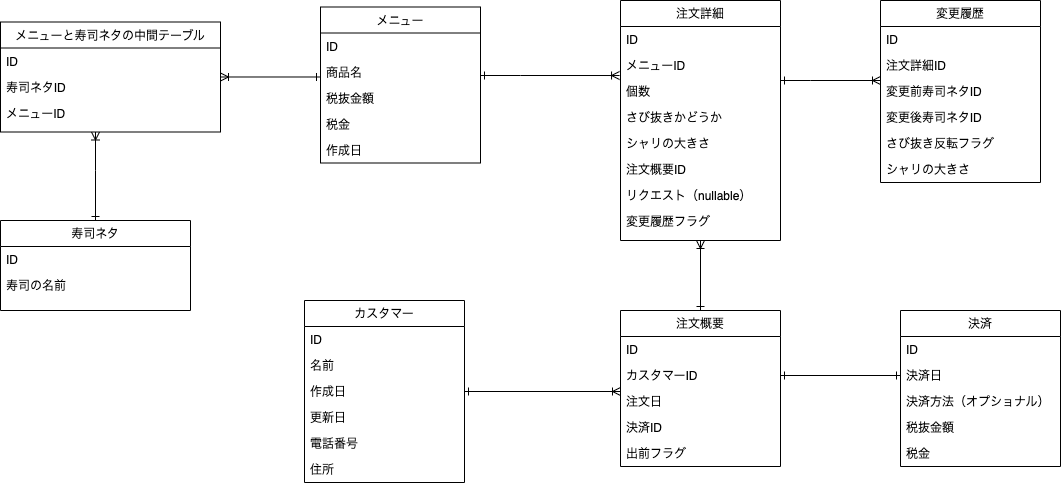
Earlier version of the draw.io export db/reconsideration/DB1 Diagram.drawio.png (yuikoito/PrAhaChallenge). Source tidied: cells renumbered, new cells last; positions are measured from the earlier drawing's top-left corner, leaving out a move shared by most shapes. The source it was exported from:
```xml
<mxGraphModel>
  <root>
    <mxCell id="0" />
    <mxCell id="1" parent="0" />
    <mxCell id="2" style="edgeStyle=orthogonalEdgeStyle;rounded=0;jettySize=auto;html=1;entryX=-0.006;entryY=0.885;entryDx=0;entryDy=0;entryPerimeter=0;startArrow=ERone;startFill=0;endArrow=ERoneToMany;endFill=0;" parent="1" edge="1" source="3" target="20">
      <mxGeometry relative="1" as="geometry">
        <Array as="points">
          <mxPoint x="520" y="75" />
          <mxPoint x="520" y="75" />
        </Array>
      </mxGeometry>
    </mxCell>
    <mxCell id="3" value="メニュー" style="swimlane;fontStyle=0;align=center;verticalAlign=top;horizontal=1;startSize=26;rounded=0;shadow=0;strokeWidth=1;" parent="1" vertex="1">
      <mxGeometry x="320" y="6.5" width="160" height="156" as="geometry" />
    </mxCell>
    <mxCell id="4" value="ID" style="text;align=left;verticalAlign=top;spacingLeft=4;spacingRight=4;overflow=hidden;" parent="3" vertex="1">
      <mxGeometry y="26" width="160" height="26" as="geometry" />
    </mxCell>
    <mxCell id="5" value="商品名" style="text;align=left;verticalAlign=top;spacingLeft=4;spacingRight=4;overflow=hidden;rounded=0;shadow=0;html=0;" parent="3" vertex="1">
      <mxGeometry y="52" width="160" height="26" as="geometry" />
    </mxCell>
    <mxCell id="6" value="税抜金額" style="text;align=left;verticalAlign=top;spacingLeft=4;spacingRight=4;overflow=hidden;rounded=0;shadow=0;html=0;" parent="3" vertex="1">
      <mxGeometry y="78" width="160" height="26" as="geometry" />
    </mxCell>
    <mxCell id="7" value="税金" style="text;align=left;verticalAlign=top;spacingLeft=4;spacingRight=4;overflow=hidden;rounded=0;shadow=0;html=0;" parent="3" vertex="1">
      <mxGeometry y="104" width="160" height="26" as="geometry" />
    </mxCell>
    <mxCell id="8" value="作成日" style="text;align=left;verticalAlign=top;spacingLeft=4;spacingRight=4;overflow=hidden;rounded=0;shadow=0;html=0;" parent="3" vertex="1">
      <mxGeometry y="130" width="160" height="26" as="geometry" />
    </mxCell>
    <mxCell id="9" style="edgeStyle=orthogonalEdgeStyle;rounded=0;jettySize=auto;html=1;startArrow=ERone;startFill=0;endArrow=ERoneToMany;endFill=0;" parent="1" edge="1" source="10" target="33">
      <mxGeometry relative="1" as="geometry">
        <Array as="points">
          <mxPoint x="403" y="318" />
          <mxPoint x="403" y="318" />
        </Array>
      </mxGeometry>
    </mxCell>
    <mxCell id="10" value="カスタマー" style="swimlane;fontStyle=0;align=center;verticalAlign=top;horizontal=1;startSize=26;rounded=0;shadow=0;strokeWidth=1;" parent="1" vertex="1">
      <mxGeometry x="304" y="300" width="160" height="182" as="geometry" />
    </mxCell>
    <mxCell id="11" value="ID" style="text;align=left;verticalAlign=top;spacingLeft=4;spacingRight=4;overflow=hidden;" parent="10" vertex="1">
      <mxGeometry y="26" width="160" height="26" as="geometry" />
    </mxCell>
    <mxCell id="12" value="名前" style="text;align=left;verticalAlign=top;spacingLeft=4;spacingRight=4;overflow=hidden;rounded=0;shadow=0;html=0;" parent="10" vertex="1">
      <mxGeometry y="52" width="160" height="26" as="geometry" />
    </mxCell>
    <mxCell id="13" value="作成日" style="text;align=left;verticalAlign=top;spacingLeft=4;spacingRight=4;overflow=hidden;" parent="10" vertex="1">
      <mxGeometry y="78" width="160" height="26" as="geometry" />
    </mxCell>
    <mxCell id="14" value="更新日" style="text;align=left;verticalAlign=top;spacingLeft=4;spacingRight=4;overflow=hidden;" parent="10" vertex="1">
      <mxGeometry y="104" width="160" height="26" as="geometry" />
    </mxCell>
    <mxCell id="15" value="電話番号" style="text;align=left;verticalAlign=top;spacingLeft=4;spacingRight=4;overflow=hidden;" parent="10" vertex="1">
      <mxGeometry y="130" width="160" height="26" as="geometry" />
    </mxCell>
    <mxCell id="16" value="住所" style="text;align=left;verticalAlign=top;spacingLeft=4;spacingRight=4;overflow=hidden;" parent="10" vertex="1">
      <mxGeometry y="156" width="160" height="26" as="geometry" />
    </mxCell>
    <mxCell id="17" style="edgeStyle=orthogonalEdgeStyle;rounded=0;jettySize=auto;html=1;exitX=0.5;exitY=1;exitDx=0;exitDy=0;entryX=0.5;entryY=0;entryDx=0;entryDy=0;startArrow=ERoneToMany;startFill=0;endArrow=ERone;endFill=0;" parent="1" edge="1" source="18" target="33">
      <mxGeometry relative="1" as="geometry" />
    </mxCell>
    <mxCell id="18" value="注文詳細" style="swimlane;fontStyle=0;align=center;verticalAlign=top;horizontal=1;startSize=26;rounded=0;shadow=0;strokeWidth=1;" parent="1" vertex="1">
      <mxGeometry x="620" width="160" height="240" as="geometry" />
    </mxCell>
    <mxCell id="19" value="ID" style="text;align=left;verticalAlign=top;spacingLeft=4;spacingRight=4;overflow=hidden;" parent="18" vertex="1">
      <mxGeometry y="26" width="160" height="26" as="geometry" />
    </mxCell>
    <mxCell id="20" value="メニューID" style="text;align=left;verticalAlign=top;spacingLeft=4;spacingRight=4;overflow=hidden;points=[[0,0.5],[1,0.5]];portConstraint=eastwest;rounded=0;shadow=0;html=0;" parent="18" vertex="1">
      <mxGeometry y="52" width="160" height="26" as="geometry" />
    </mxCell>
    <mxCell id="21" value="個数" style="text;align=left;verticalAlign=top;spacingLeft=4;spacingRight=4;overflow=hidden;rounded=0;shadow=0;html=0;" parent="18" vertex="1">
      <mxGeometry y="78" width="160" height="26" as="geometry" />
    </mxCell>
    <mxCell id="22" value="さび抜きかどうか" style="text;align=left;verticalAlign=top;spacingLeft=4;spacingRight=4;overflow=hidden;rounded=0;shadow=0;html=0;" parent="18" vertex="1">
      <mxGeometry y="104" width="160" height="26" as="geometry" />
    </mxCell>
    <mxCell id="23" value="シャリの大きさ" style="text;align=left;verticalAlign=top;spacingLeft=4;spacingRight=4;overflow=hidden;rounded=0;shadow=0;html=0;" parent="18" vertex="1">
      <mxGeometry y="130" width="160" height="26" as="geometry" />
    </mxCell>
    <mxCell id="24" value="注文概要ID" style="text;align=left;verticalAlign=top;spacingLeft=4;spacingRight=4;overflow=hidden;" parent="18" vertex="1">
      <mxGeometry y="156" width="160" height="26" as="geometry" />
    </mxCell>
    <mxCell id="25" value="リクエスト（nullable）" style="text;align=left;verticalAlign=top;spacingLeft=4;spacingRight=4;overflow=hidden;" parent="18" vertex="1">
      <mxGeometry y="182" width="160" height="26" as="geometry" />
    </mxCell>
    <mxCell id="26" value="変更履歴フラグ" style="text;align=left;verticalAlign=top;spacingLeft=4;spacingRight=4;overflow=hidden;" parent="18" vertex="1">
      <mxGeometry y="208" width="160" height="26" as="geometry" />
    </mxCell>
    <mxCell id="27" value="決済" style="swimlane;fontStyle=0;align=center;verticalAlign=top;horizontal=1;startSize=26;rounded=0;shadow=0;strokeWidth=1;" parent="1" vertex="1">
      <mxGeometry x="900" y="310" width="160" height="156" as="geometry" />
    </mxCell>
    <mxCell id="28" value="ID" style="text;align=left;verticalAlign=top;spacingLeft=4;spacingRight=4;overflow=hidden;" parent="27" vertex="1">
      <mxGeometry y="26" width="160" height="26" as="geometry" />
    </mxCell>
    <mxCell id="29" value="決済日" style="text;align=left;verticalAlign=top;spacingLeft=4;spacingRight=4;overflow=hidden;points=[[0,0.5],[1,0.5]];portConstraint=eastwest;rounded=0;shadow=0;html=0;" parent="27" vertex="1">
      <mxGeometry y="52" width="160" height="26" as="geometry" />
    </mxCell>
    <mxCell id="30" value="決済方法（オプショナル）" style="text;align=left;verticalAlign=top;spacingLeft=4;spacingRight=4;overflow=hidden;rounded=0;shadow=0;html=0;" parent="27" vertex="1">
      <mxGeometry y="78" width="160" height="26" as="geometry" />
    </mxCell>
    <mxCell id="31" value="税抜金額" style="text;align=left;verticalAlign=top;spacingLeft=4;spacingRight=4;overflow=hidden;rounded=0;shadow=0;html=0;" parent="27" vertex="1">
      <mxGeometry y="104" width="160" height="26" as="geometry" />
    </mxCell>
    <mxCell id="32" value="税金" style="text;align=left;verticalAlign=top;spacingLeft=4;spacingRight=4;overflow=hidden;rounded=0;shadow=0;html=0;" parent="27" vertex="1">
      <mxGeometry y="130" width="160" height="26" as="geometry" />
    </mxCell>
    <mxCell id="33" value="注文概要" style="swimlane;fontStyle=0;align=center;verticalAlign=top;horizontal=1;startSize=26;rounded=0;shadow=0;strokeWidth=1;" parent="1" vertex="1">
      <mxGeometry x="620" y="310" width="160" height="156" as="geometry" />
    </mxCell>
    <mxCell id="34" value="ID" style="text;align=left;verticalAlign=top;spacingLeft=4;spacingRight=4;overflow=hidden;" parent="33" vertex="1">
      <mxGeometry y="26" width="160" height="26" as="geometry" />
    </mxCell>
    <mxCell id="35" value="カスタマーID" style="text;align=left;verticalAlign=top;spacingLeft=4;spacingRight=4;overflow=hidden;points=[[0,0.5],[1,0.5]];portConstraint=eastwest;rounded=0;shadow=0;html=0;" parent="33" vertex="1">
      <mxGeometry y="52" width="160" height="26" as="geometry" />
    </mxCell>
    <mxCell id="36" value="注文日&#10;" style="text;align=left;verticalAlign=top;spacingLeft=4;spacingRight=4;overflow=hidden;rounded=0;shadow=0;html=0;" parent="33" vertex="1">
      <mxGeometry y="78" width="160" height="26" as="geometry" />
    </mxCell>
    <mxCell id="37" value="決済ID" style="text;align=left;verticalAlign=top;spacingLeft=4;spacingRight=4;overflow=hidden;" parent="33" vertex="1">
      <mxGeometry y="104" width="160" height="26" as="geometry" />
    </mxCell>
    <mxCell id="38" value="出前フラグ" style="text;align=left;verticalAlign=top;spacingLeft=4;spacingRight=4;overflow=hidden;" parent="33" vertex="1">
      <mxGeometry y="130" width="160" height="26" as="geometry" />
    </mxCell>
    <mxCell id="39" style="edgeStyle=orthogonalEdgeStyle;rounded=0;jettySize=auto;html=1;exitX=1;exitY=0.5;exitDx=0;exitDy=0;startArrow=ERone;startFill=0;endArrow=ERone;endFill=0;" parent="1" edge="1" source="35" target="29">
      <mxGeometry relative="1" as="geometry" />
    </mxCell>
    <mxCell id="40" value="寿司ネタ" style="swimlane;fontStyle=0;align=center;verticalAlign=top;horizontal=1;startSize=26;rounded=0;shadow=0;strokeWidth=1;" parent="1" vertex="1">
      <mxGeometry y="220" width="190" height="90" as="geometry" />
    </mxCell>
    <mxCell id="41" value="ID" style="text;align=left;verticalAlign=top;spacingLeft=4;spacingRight=4;overflow=hidden;" parent="40" vertex="1">
      <mxGeometry y="26" width="190" height="26" as="geometry" />
    </mxCell>
    <mxCell id="42" value="寿司の名前" style="text;align=left;verticalAlign=top;spacingLeft=4;spacingRight=4;overflow=hidden;" parent="40" vertex="1">
      <mxGeometry y="52" width="190" height="28" as="geometry" />
    </mxCell>
    <mxCell id="43" style="edgeStyle=orthogonalEdgeStyle;rounded=0;jettySize=auto;html=1;entryX=0;entryY=-0.058;entryDx=0;entryDy=0;entryPerimeter=0;startArrow=ERoneToMany;startFill=0;endArrow=ERone;endFill=0;" parent="1" edge="1" source="45">
      <mxGeometry relative="1" as="geometry">
        <mxPoint x="320" y="76.5" as="targetPoint" />
      </mxGeometry>
    </mxCell>
    <mxCell id="44" style="edgeStyle=orthogonalEdgeStyle;rounded=0;jettySize=auto;html=1;startArrow=ERoneToMany;startFill=0;endArrow=ERone;endFill=0;" parent="1" edge="1" source="45" target="40">
      <mxGeometry relative="1" as="geometry">
        <Array as="points">
          <mxPoint x="95" y="170" />
          <mxPoint x="95" y="170" />
        </Array>
      </mxGeometry>
    </mxCell>
    <mxCell id="45" value="メニューと寿司ネタの中間テーブル" style="swimlane;fontStyle=0;align=center;verticalAlign=top;horizontal=1;startSize=26;rounded=0;shadow=0;strokeWidth=1;" parent="1" vertex="1">
      <mxGeometry y="21.5" width="220" height="110" as="geometry" />
    </mxCell>
    <mxCell id="46" value="ID" style="text;align=left;verticalAlign=top;spacingLeft=4;spacingRight=4;overflow=hidden;" parent="45" vertex="1">
      <mxGeometry y="26" width="220" height="26" as="geometry" />
    </mxCell>
    <mxCell id="47" value="寿司ネタID" style="text;align=left;verticalAlign=top;spacingLeft=4;spacingRight=4;overflow=hidden;" parent="45" vertex="1">
      <mxGeometry y="52" width="220" height="26" as="geometry" />
    </mxCell>
    <mxCell id="48" value="メニューID" style="text;align=left;verticalAlign=top;spacingLeft=4;spacingRight=4;overflow=hidden;" parent="45" vertex="1">
      <mxGeometry y="78" width="220" height="26" as="geometry" />
    </mxCell>
    <mxCell id="49" style="edgeStyle=orthogonalEdgeStyle;rounded=0;jettySize=auto;html=1;startArrow=ERoneToMany;startFill=0;endArrow=ERone;endFill=0;" parent="1" edge="1" source="50" target="18">
      <mxGeometry relative="1" as="geometry">
        <Array as="points">
          <mxPoint x="810" y="80" />
          <mxPoint x="810" y="80" />
        </Array>
      </mxGeometry>
    </mxCell>
    <mxCell id="50" value="変更履歴" style="swimlane;fontStyle=0;align=center;verticalAlign=top;horizontal=1;startSize=26;rounded=0;shadow=0;strokeWidth=1;" parent="1" vertex="1">
      <mxGeometry x="880" width="160" height="182" as="geometry" />
    </mxCell>
    <mxCell id="51" value="ID" style="text;align=left;verticalAlign=top;spacingLeft=4;spacingRight=4;overflow=hidden;" parent="50" vertex="1">
      <mxGeometry y="26" width="160" height="26" as="geometry" />
    </mxCell>
    <mxCell id="52" value="注文詳細ID" style="text;align=left;verticalAlign=top;spacingLeft=4;spacingRight=4;overflow=hidden;rounded=0;shadow=0;html=0;" parent="50" vertex="1">
      <mxGeometry y="52" width="160" height="26" as="geometry" />
    </mxCell>
    <mxCell id="53" value="変更前寿司ネタID" style="text;align=left;verticalAlign=top;spacingLeft=4;spacingRight=4;overflow=hidden;rounded=0;shadow=0;html=0;" parent="50" vertex="1">
      <mxGeometry y="78" width="160" height="26" as="geometry" />
    </mxCell>
    <mxCell id="54" value="変更後寿司ネタID" style="text;align=left;verticalAlign=top;spacingLeft=4;spacingRight=4;overflow=hidden;rounded=0;shadow=0;html=0;" parent="50" vertex="1">
      <mxGeometry y="104" width="160" height="26" as="geometry" />
    </mxCell>
    <mxCell id="55" value="さび抜き反転フラグ" style="text;align=left;verticalAlign=top;spacingLeft=4;spacingRight=4;overflow=hidden;" parent="50" vertex="1">
      <mxGeometry y="130" width="160" height="26" as="geometry" />
    </mxCell>
    <mxCell id="56" value="シャリの大きさ" style="text;align=left;verticalAlign=top;spacingLeft=4;spacingRight=4;overflow=hidden;" parent="50" vertex="1">
      <mxGeometry y="156" width="160" height="26" as="geometry" />
    </mxCell>
  </root>
</mxGraphModel>
```
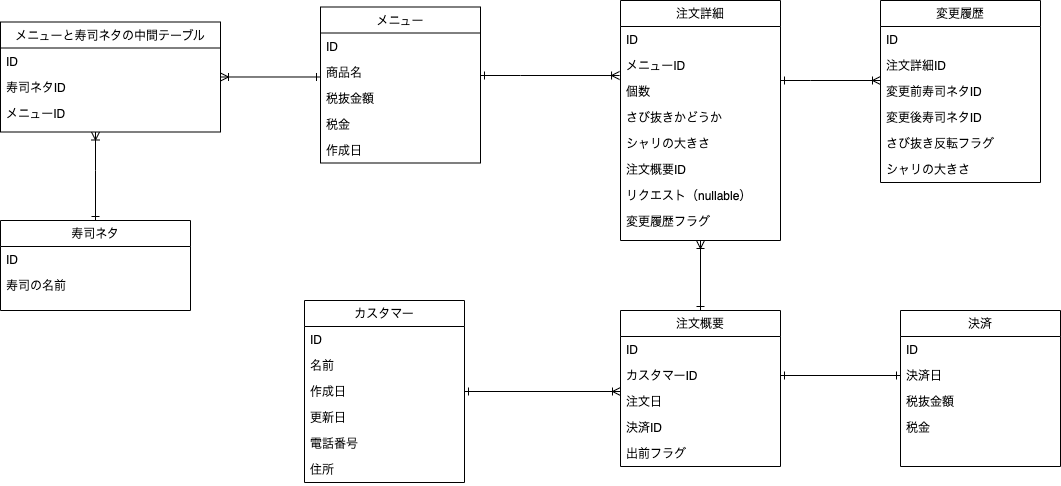
After the change.

Change to the diagram source:
```diff
@@ -96,14 +96,11 @@
     <mxCell id="29" value="決済日" style="text;align=left;verticalAlign=top;spacingLeft=4;spacingRight=4;overflow=hidden;points=[[0,0.5],[1,0.5]];portConstraint=eastwest;rounded=0;shadow=0;html=0;" parent="27" vertex="1">
       <mxGeometry y="52" width="160" height="26" as="geometry" />
     </mxCell>
-    <mxCell id="30" value="決済方法（オプショナル）" style="text;align=left;verticalAlign=top;spacingLeft=4;spacingRight=4;overflow=hidden;rounded=0;shadow=0;html=0;" parent="27" vertex="1">
-      <mxGeometry y="78" width="160" height="26" as="geometry" />
-    </mxCell>
     <mxCell id="31" value="税抜金額" style="text;align=left;verticalAlign=top;spacingLeft=4;spacingRight=4;overflow=hidden;rounded=0;shadow=0;html=0;" parent="27" vertex="1">
-      <mxGeometry y="104" width="160" height="26" as="geometry" />
+      <mxGeometry y="78" width="160" height="26" as="geometry" />
     </mxCell>
     <mxCell id="32" value="税金" style="text;align=left;verticalAlign=top;spacingLeft=4;spacingRight=4;overflow=hidden;rounded=0;shadow=0;html=0;" parent="27" vertex="1">
-      <mxGeometry y="130" width="160" height="26" as="geometry" />
+      <mxGeometry y="104" width="160" height="26" as="geometry" />
     </mxCell>
     <mxCell id="33" value="注文概要" style="swimlane;fontStyle=0;align=center;verticalAlign=top;horizontal=1;startSize=26;rounded=0;shadow=0;strokeWidth=1;" parent="1" vertex="1">
       <mxGeometry x="620" y="310" width="160" height="156" as="geometry" />
```
